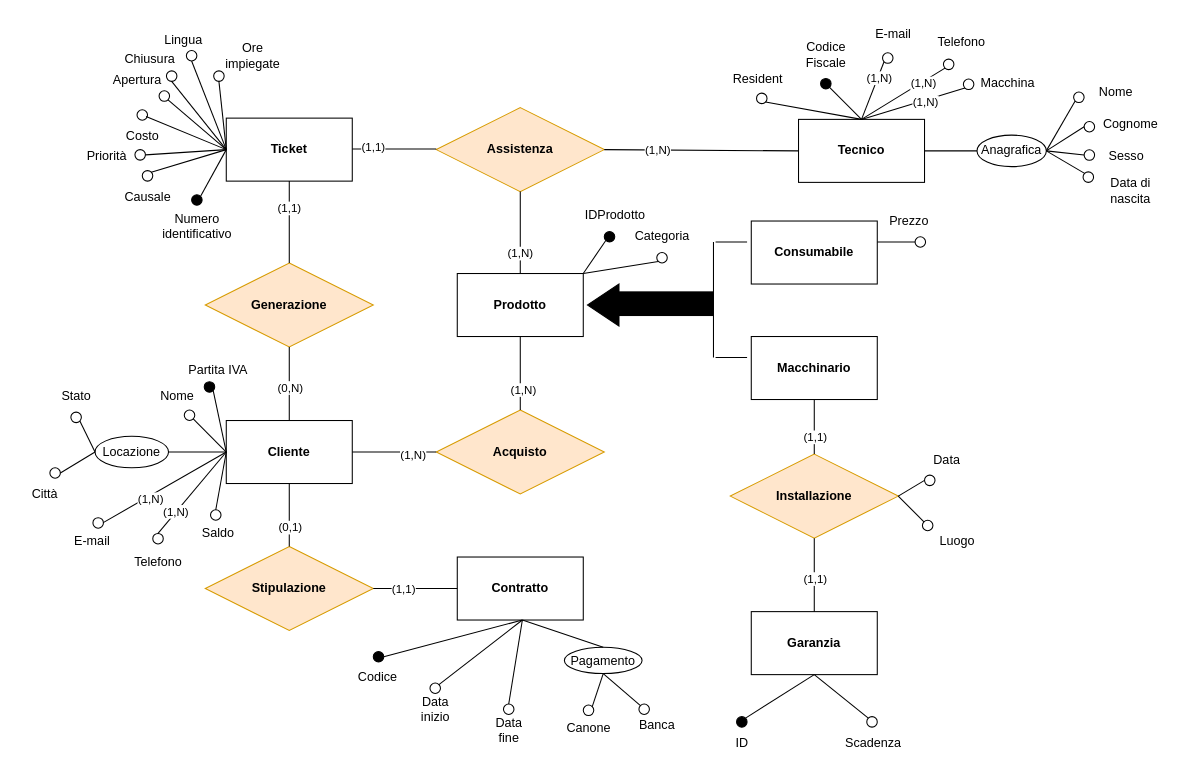
Earlier version of the draw.io diagram Diagrammi/er finale concettuale.drawio (fedeStaffo/Progetto_Basi_di_dati). Source tidied: cells renumbered, new cells numbered last; positions are measured from the earlier drawing's top-left corner, leaving out a move shared by most shapes. Both pictures are drawn from the tidied source at 105%, with x=0, y=0 at pixel (18, 18).
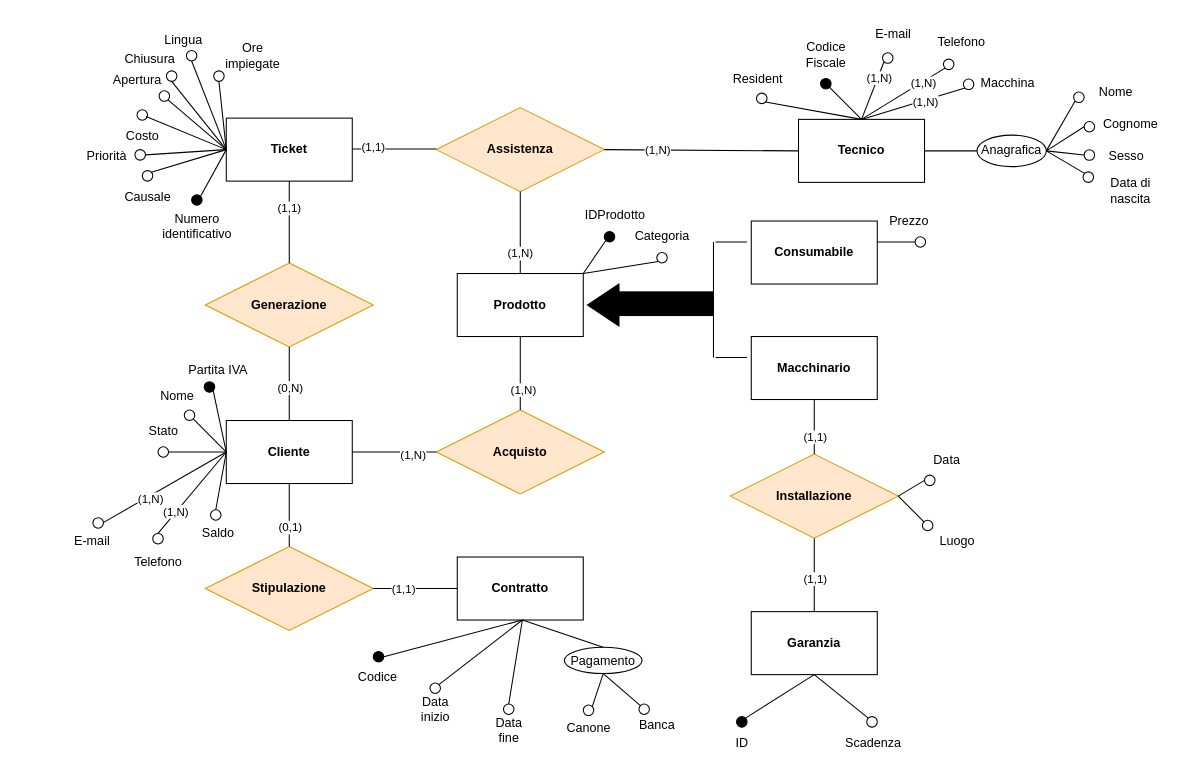
Above is the later version.

Commit message (it also covers changes not shown here):
eliminato attributo città

Unchanged cells that the change refers to:
```xml
<mxCell id="3" value="&lt;b&gt;Cliente&lt;/b&gt;" style="rounded=0;whiteSpace=wrap;html=1;" parent="1" vertex="1">
  <mxGeometry x="198" y="383" width="120" height="60" as="geometry" />
</mxCell>
```

The edit, as a diff of the source:
```diff
@@
     <mxCell id="111" style="ellipse;whiteSpace=wrap;html=1;" parent="1" vertex="1">
-      <mxGeometry x="50" y="375" width="10" height="10" as="geometry" />
+      <mxGeometry x="133" y="408" width="10" height="10" as="geometry" />
     </mxCell>
@@
-    <mxCell id="114" value="Locazione" style="ellipse;whiteSpace=wrap;html=1;fillColor=#FFFFFF;" parent="1" vertex="1">
-      <mxGeometry x="73" y="398" width="70" height="30" as="geometry" />
-    </mxCell>
     <mxCell id="115" value="Stato" style="text;html=1;align=center;verticalAlign=middle;strokeColor=none;fillColor=none;" parent="1" vertex="1">
-      <mxGeometry x="30" y="345" width="50" height="30" as="geometry" />
+      <mxGeometry x="113" y="378" width="50" height="30" as="geometry" />
     </mxCell>
-    <mxCell id="116" value="Città" style="text;html=1;align=center;verticalAlign=middle;strokeColor=none;fillColor=none;" parent="1" vertex="1">
-      <mxGeometry y="438" width="50" height="30" as="geometry" />
-    </mxCell>
-    <mxCell id="117" style="ellipse;whiteSpace=wrap;html=1;" parent="1" vertex="1">
-      <mxGeometry x="30" y="428" width="10" height="10" as="geometry" />
-    </mxCell>
@@
-    <mxCell id="123" style="endArrow=none;html=1;rounded=0;entryX=0;entryY=0.5;entryDx=0;entryDy=0;exitX=1;exitY=0.5;exitDx=0;exitDy=0;" parent="1" edge="1" source="114" target="3">
-      <mxGeometry relative="1" as="geometry" />
+    <mxCell id="123" style="endArrow=none;html=1;rounded=0;entryX=0;entryY=0.5;entryDx=0;entryDy=0;exitX=1;exitY=0.5;exitDx=0;exitDy=0;" parent="1" edge="1" target="3">
+      <mxGeometry relative="1" as="geometry">
+        <mxPoint x="143" y="413" as="sourcePoint" />
+      </mxGeometry>
     </mxCell>
@@
-    <mxCell id="131" style="endArrow=none;html=1;rounded=0;entryX=1;entryY=1;entryDx=0;entryDy=0;exitX=0;exitY=0.5;exitDx=0;exitDy=0;" parent="1" edge="1" source="114" target="111">
-      <mxGeometry relative="1" as="geometry" />
-    </mxCell>
-    <mxCell id="132" style="endArrow=none;html=1;rounded=0;entryX=1;entryY=0.5;entryDx=0;entryDy=0;exitX=0;exitY=0.5;exitDx=0;exitDy=0;" parent="1" edge="1" source="114" target="117">
-      <mxGeometry relative="1" as="geometry" />
-    </mxCell>
```
